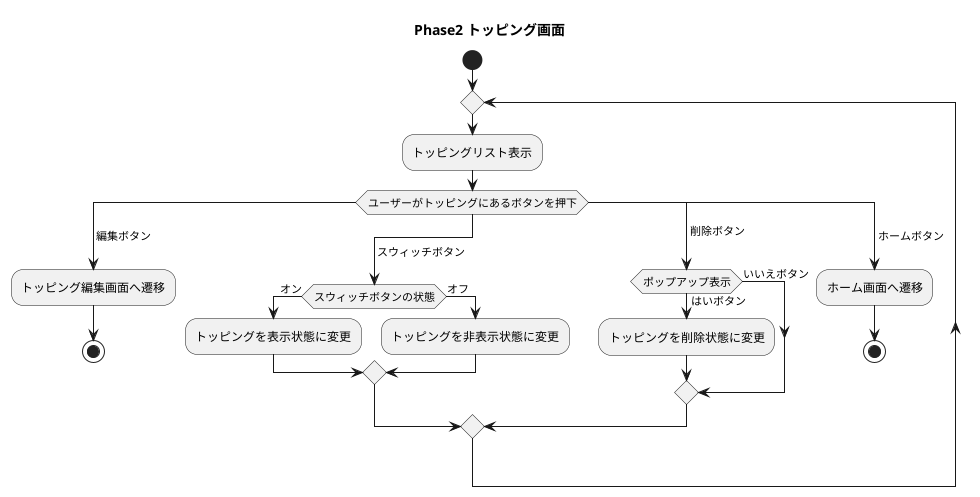
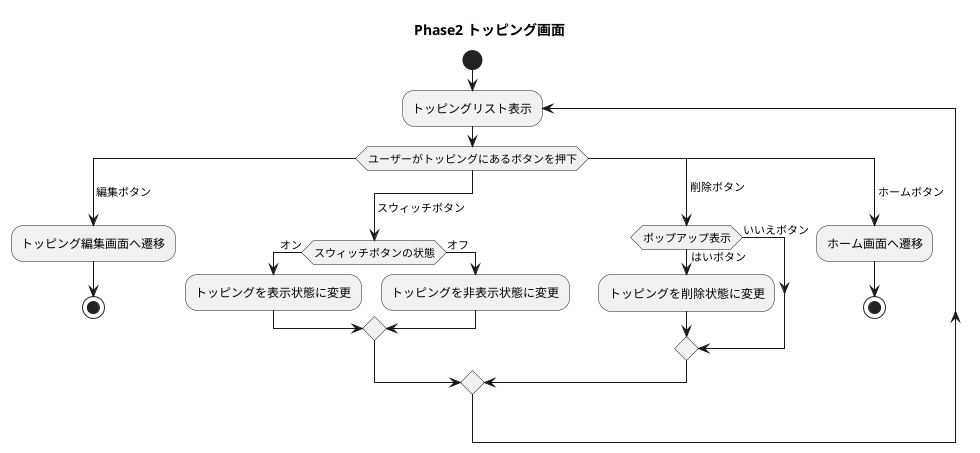
@startuml

title Phase2 トッピング画面

start

- repeat
- 
- :トッピングリスト表示;
+ repeat:トッピングリスト表示;
switch (ユーザーがトッピングにあるボタンを押下)

case ( 編集ボタン)
    :トッピング編集画面へ遷移;
    stop


case (\n スウィッチボタン)
    if (スウィッチボタンの状態) then (オン)

        :トッピングを表示状態に変更;
    else (オフ)
        :トッピングを非表示状態に変更;

    endif


case ( 削除ボタン)
    if (ポップアップ表示) then (はいボタン)
        :トッピングを削除状態に変更;
    else (いいえボタン)
    endif


case ( ホームボタン)
    :ホーム画面へ遷移;
    stop


endswitch



@enduml